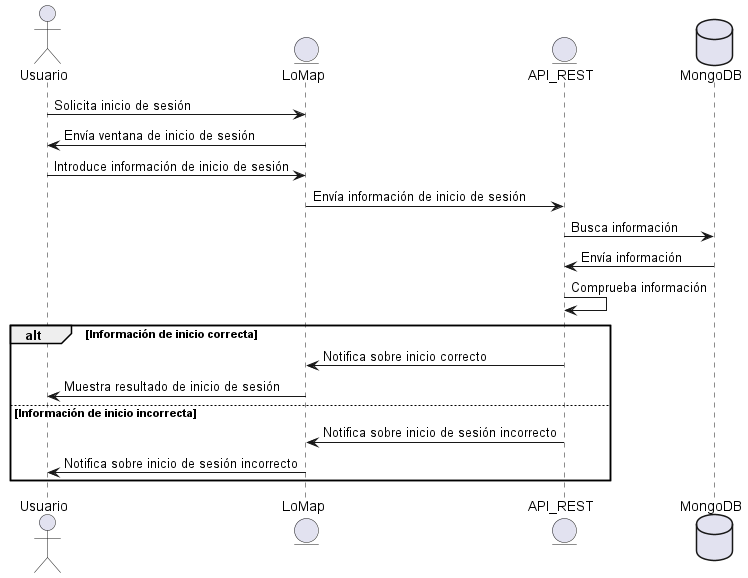
Before: images/Sequence diagram2.png, a diagram exported from PlantUML (Arquisoft/lomap_es3c).
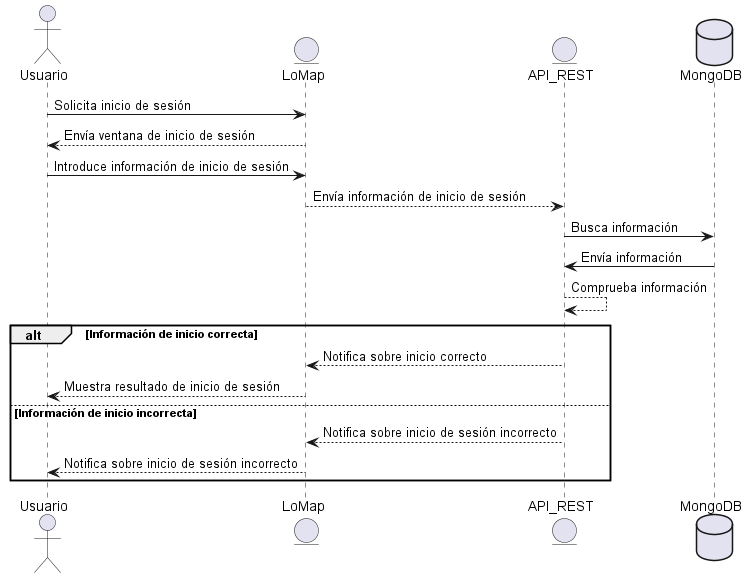
After the commit.

The edit, as a diff of the source:
```diff
@@ -4,17 +4,17 @@
 Usuario -> LoMap: Solicita inicio de sesión
 entity API_REST
 database MongoDB as "MongoDB"
-LoMap-> Usuario: Envía ventana de inicio de sesión
+LoMap--> Usuario: Envía ventana de inicio de sesión
 Usuario -> LoMap: Introduce información de inicio de sesión
-LoMap -> API_REST: Envía información de inicio de sesión
+LoMap--> API_REST: Envía información de inicio de sesión
 API_REST -> MongoDB: Busca información
 MongoDB -> API_REST: Envía información
-API_REST -> API_REST: Comprueba información
+API_REST--> API_REST: Comprueba información
 alt Información de inicio correcta
-API_REST -> LoMap: Notifica sobre inicio correcto
-LoMap-> Usuario: Muestra resultado de inicio de sesión
+API_REST--> LoMap: Notifica sobre inicio correcto
+LoMap--> Usuario: Muestra resultado de inicio de sesión
 else Información de inicio incorrecta
-API_REST -> LoMap: Notifica sobre inicio de sesión incorrecto
-LoMap-> Usuario: Notifica sobre inicio de sesión incorrecto
+API_REST--> LoMap: Notifica sobre inicio de sesión incorrecto
+LoMap--> Usuario: Notifica sobre inicio de sesión incorrecto
 end
 @enduml
```
